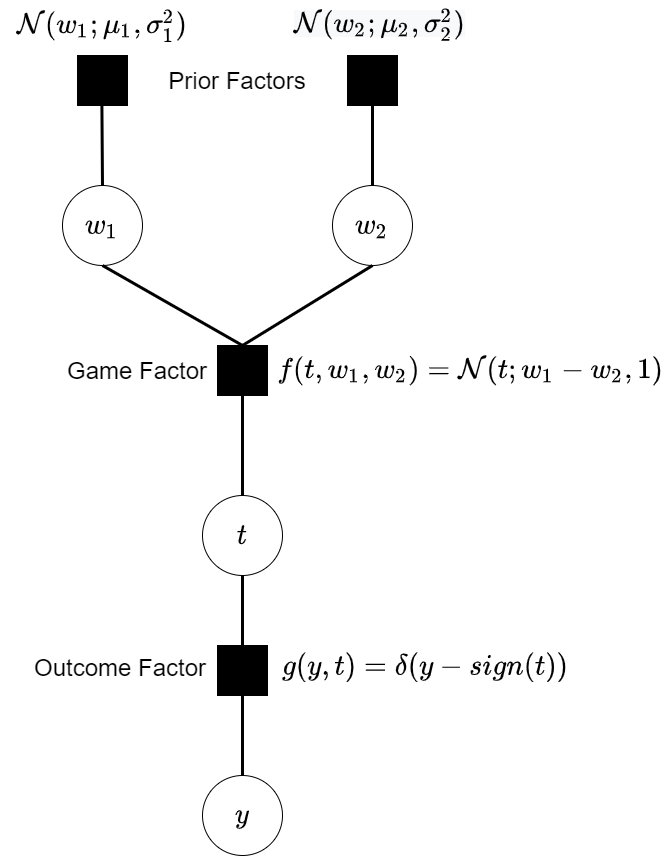
Above: assets/img/factor_graph_two_player.png in Nush395/Nush395.github.io (draw.io), before the change. Source tidied: cells renumbered, new cells last; positions are measured from the earlier drawing's top-left corner, leaving out a move shared by most shapes.
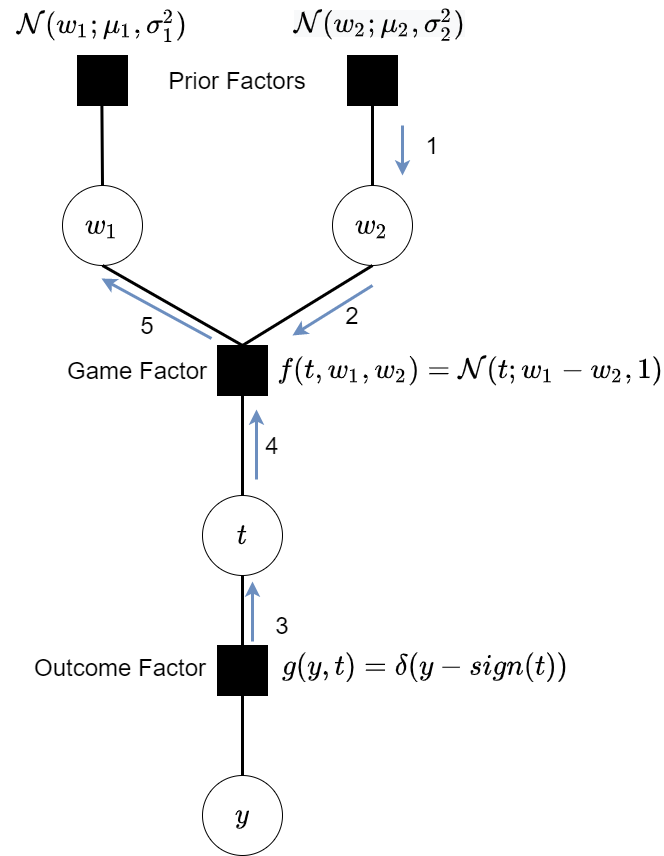
Later version of the same file.

Commit message:
Edit factor graph explanation.

Diff of the diagram source:
```diff
@@ -70,5 +70,50 @@
     <mxCell id="23" value="Outcome Factor" style="text;html=1;strokeColor=none;fillColor=none;align=center;verticalAlign=middle;whiteSpace=wrap;rounded=0;labelBackgroundColor=none;fontSize=24;" parent="1" vertex="1">
       <mxGeometry y="657" width="240" height="20" as="geometry" />
     </mxCell>
+    <mxCell id="24" style="endArrow=classic;html=1;strokeWidth=3;fontSize=24;fillColor=#dae8fc;strokeColor=#6c8ebf;" parent="1" edge="1">
+      <mxGeometry relative="1" as="geometry">
+        <mxPoint x="402" y="125" as="sourcePoint" />
+        <mxPoint x="402" y="175" as="targetPoint" />
+      </mxGeometry>
+    </mxCell>
+    <mxCell id="25" value="1" style="text;html=1;strokeColor=none;fillColor=none;align=center;verticalAlign=middle;whiteSpace=wrap;rounded=0;labelBackgroundColor=none;fontSize=24;fontColor=#000000;" parent="1" vertex="1">
+      <mxGeometry x="412" y="135" width="40" height="20" as="geometry" />
+    </mxCell>
+    <mxCell id="26" style="endArrow=classic;html=1;strokeWidth=3;fontSize=24;fillColor=#dae8fc;strokeColor=#6c8ebf;" parent="1" edge="1">
+      <mxGeometry relative="1" as="geometry">
+        <mxPoint x="372" y="285" as="sourcePoint" />
+        <mxPoint x="292" y="335" as="targetPoint" />
+      </mxGeometry>
+    </mxCell>
+    <mxCell id="27" value="2" style="text;html=1;strokeColor=none;fillColor=none;align=center;verticalAlign=middle;whiteSpace=wrap;rounded=0;labelBackgroundColor=none;fontSize=24;fontColor=#000000;" parent="1" vertex="1">
+      <mxGeometry x="332" y="305" width="40" height="20" as="geometry" />
+    </mxCell>
+    <mxCell id="28" style="endArrow=classic;html=1;strokeWidth=3;fontSize=24;fillColor=#dae8fc;strokeColor=#6c8ebf;" parent="1" edge="1">
+      <mxGeometry relative="1" as="geometry">
+        <mxPoint x="252" y="641" as="sourcePoint" />
+        <mxPoint x="252" y="581" as="targetPoint" />
+      </mxGeometry>
+    </mxCell>
+    <mxCell id="29" value="4" style="text;html=1;strokeColor=none;fillColor=none;align=center;verticalAlign=middle;whiteSpace=wrap;rounded=0;labelBackgroundColor=none;fontSize=24;fontColor=#000000;" parent="1" vertex="1">
+      <mxGeometry x="252" y="435" width="40" height="20" as="geometry" />
+    </mxCell>
+    <mxCell id="30" style="endArrow=classic;html=1;strokeWidth=3;fontSize=24;fillColor=#dae8fc;strokeColor=#6c8ebf;" parent="1" edge="1">
+      <mxGeometry relative="1" as="geometry">
+        <mxPoint x="256" y="479" as="sourcePoint" />
+        <mxPoint x="256" y="409" as="targetPoint" />
+      </mxGeometry>
+    </mxCell>
+    <mxCell id="31" value="3" style="text;html=1;strokeColor=none;fillColor=none;align=center;verticalAlign=middle;whiteSpace=wrap;rounded=0;labelBackgroundColor=none;fontSize=24;fontColor=#000000;" parent="1" vertex="1">
+      <mxGeometry x="262" y="615" width="40" height="20" as="geometry" />
+    </mxCell>
+    <mxCell id="32" style="endArrow=classic;html=1;strokeWidth=3;fontSize=24;fillColor=#dae8fc;strokeColor=#6c8ebf;" parent="1" edge="1">
+      <mxGeometry relative="1" as="geometry">
+        <mxPoint x="211" y="338" as="sourcePoint" />
+        <mxPoint x="101" y="278" as="targetPoint" />
+      </mxGeometry>
+    </mxCell>
+    <mxCell id="33" value="5" style="text;html=1;strokeColor=none;fillColor=none;align=center;verticalAlign=middle;whiteSpace=wrap;rounded=0;labelBackgroundColor=none;fontSize=24;fontColor=#000000;" parent="1" vertex="1">
+      <mxGeometry x="127" y="315" width="40" height="20" as="geometry" />
+    </mxCell>
   </root>
 </mxGraphModel>
```
